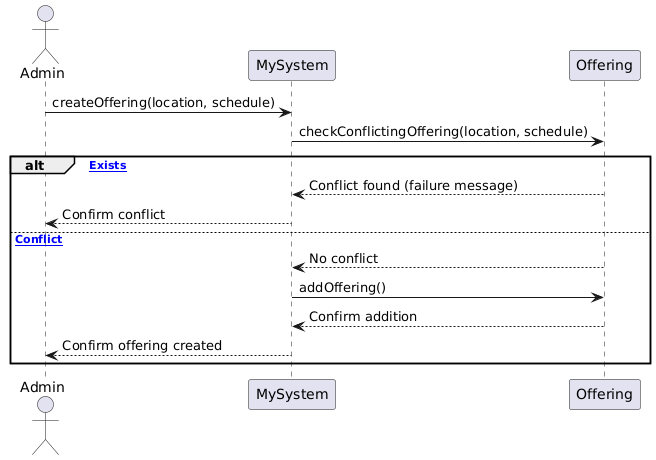
Above: Diagrams/UML_InteractionDiagrams/AdminCreatesOfferingRefined.png in ABALkhabbaz/LessonSchedulingSystem (PlantUML), before the change.
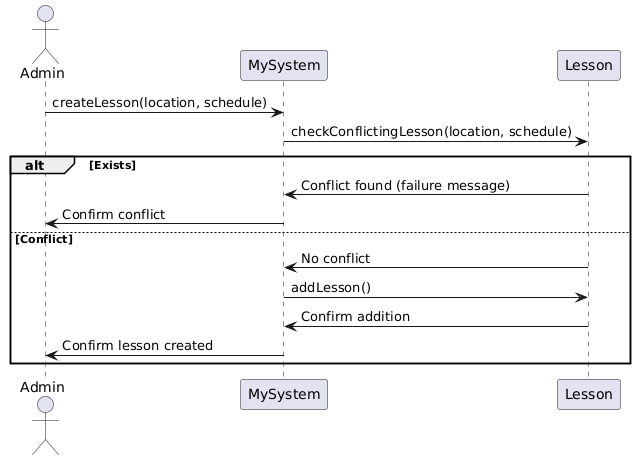
After the commit.

Diff of the diagram source:
```diff
@@ -1,17 +1,17 @@
 @startuml
 actor Admin
 participant MySystem
-participant Offering
+participant Lesson
 
-Admin -> MySystem : createOffering(location, schedule)
-MySystem -> Offering : checkConflictingOffering(location, schedule)
-alt [Conflict Exists]
-    Offering --> MySystem : Conflict found (failure message)
-    MySystem --> Admin : Confirm conflict
-else [No Conflict]
-    Offering --> MySystem : No conflict
-    MySystem -> Offering : addOffering()
-    Offering --> MySystem : Confirm addition
-    MySystem --> Admin : Confirm offering created
+Admin -> MySystem: createLesson(location, schedule)
+MySystem -> Lesson: checkConflictingLesson(location, schedule)
+alt Exists
+    Lesson -> MySystem: Conflict found (failure message)
+    MySystem -> Admin: Confirm conflict
+else Conflict
+    Lesson -> MySystem: No conflict
+    MySystem -> Lesson: addLesson()
+    Lesson -> MySystem: Confirm addition
+    MySystem -> Admin: Confirm lesson created
 end
 @enduml
```
